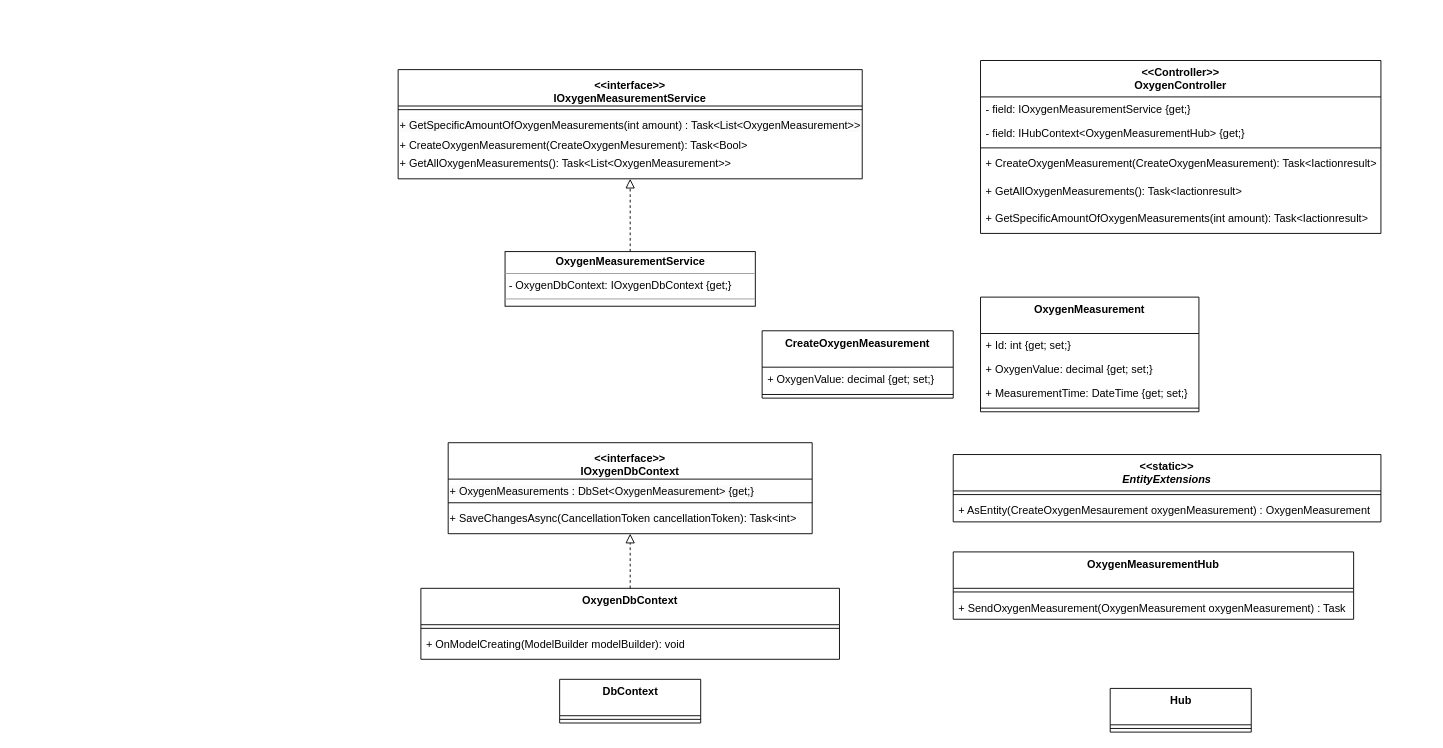
H6SvendreProeve/Documentation keeps this draw.io diagram as Diagrams/Class diagram/Class diagram.drawio. Above is the earlier version. Source tidied: cells renumbered, new cells numbered last; positions are measured from the earlier drawing's top-left corner, leaving out a move shared by most shapes. Both pictures are drawn from the tidied source at 91%, with x=0, y=0 at pixel (398, 60).
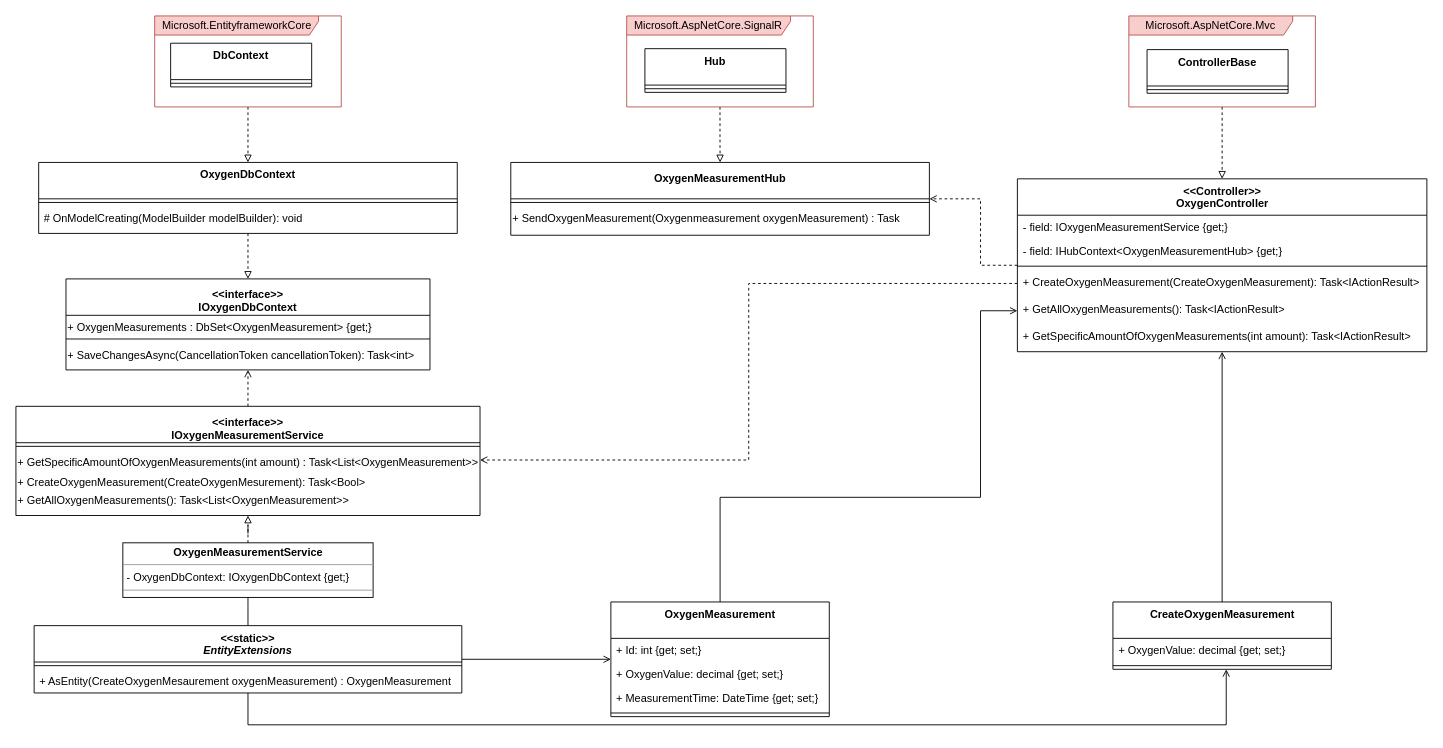
The same page after the edit.

Unchanged cells that the change refers to:
```xml
<mxCell id="13" value="&lt;span style=&quot;color: rgb(0, 0, 0); font-family: Helvetica; font-size: 12px; font-style: normal; font-variant-ligatures: normal; font-variant-caps: normal; font-weight: 400; letter-spacing: normal; orphans: 2; text-align: left; text-indent: 0px; text-transform: none; widows: 2; word-spacing: 0px; -webkit-text-stroke-width: 0px; background-color: rgb(251, 251, 251); text-decoration-thickness: initial; text-decoration-style: initial; text-decoration-color: initial; float: none; display: inline !important;&quot;&gt;+ GetSpecificAmountOfOxygenMeasurements(int amount) : Task&amp;lt;List&amp;lt;OxygenMeasurement&amp;gt;&amp;gt;&lt;br&gt;&lt;/span&gt;" style="text;whiteSpace=wrap;html=1;" parent="11" vertex="1">
  <mxGeometry y="48" width="510" height="22" as="geometry" />
</mxCell>
<mxCell id="15" value="+ GetAllOxygenMeasurements(): Task&amp;lt;List&amp;lt;OxygenMeasurement&amp;gt;&amp;gt;" style="text;whiteSpace=wrap;html=1;" parent="11" vertex="1">
  <mxGeometry y="90" width="510" height="30" as="geometry" />
</mxCell>
<mxCell id="19" value="+ SaveChangesAsync(CancellationToken cancellationToken): Task&amp;lt;int&amp;gt;" style="text;whiteSpace=wrap;html=1;" parent="16" vertex="1">
  <mxGeometry y="70" width="400" height="30" as="geometry" />
</mxCell>
```

What changed in the source:
```diff
@@
+    <mxCell id="42" style="edgeStyle=orthogonalEdgeStyle;rounded=0;jettySize=auto;html=1;endArrow=open;endFill=0;dashed=1;" parent="1" edge="1" source="2" target="37">
+      <mxGeometry relative="1" as="geometry">
+        <Array as="points">
+          <mxPoint x="640" y="225" />
+          <mxPoint x="640" y="152" />
+        </Array>
+      </mxGeometry>
+    </mxCell>
     <mxCell id="2" value="&amp;lt;&amp;lt;Controller&amp;gt;&amp;gt;&lt;br&gt;OxygenController" style="swimlane;fontStyle=1;align=center;verticalAlign=top;horizontal=1;startSize=40;whiteSpace=wrap;html=1;" parent="1" vertex="1">
-      <mxGeometry x="640" width="440" height="190" as="geometry" />
+      <mxGeometry x="680.5" y="130" width="450" height="190" as="geometry" />
     </mxCell>
     <mxCell id="3" value="- field:&amp;nbsp;IOxygenMeasurementService {get;}" style="text;strokeColor=none;fillColor=none;align=left;verticalAlign=top;spacingLeft=4;spacingRight=4;overflow=hidden;whiteSpace=wrap;html=1;" parent="2" vertex="1">
-      <mxGeometry y="40" width="440" height="26" as="geometry" />
+      <mxGeometry y="40" width="450" height="26" as="geometry" />
     </mxCell>
     <mxCell id="4" value="- field:&amp;nbsp;IHubContext&amp;lt;OxygenMeasurementHub&amp;gt; {get;}" style="text;strokeColor=none;fillColor=none;align=left;verticalAlign=top;spacingLeft=4;spacingRight=4;overflow=hidden;whiteSpace=wrap;html=1;" parent="2" vertex="1">
-      <mxGeometry y="66" width="440" height="26" as="geometry" />
+      <mxGeometry y="66" width="450" height="26" as="geometry" />
     </mxCell>
     <mxCell id="5" style="line;strokeWidth=1;fillColor=none;align=left;verticalAlign=middle;spacingTop=-1;spacingLeft=3;spacingRight=3;labelPosition=right;strokeColor=inherit;" parent="2" vertex="1">
-      <mxGeometry y="92" width="440" height="8" as="geometry" />
+      <mxGeometry y="92" width="450" height="8" as="geometry" />
     </mxCell>
-    <mxCell id="6" value="+&amp;nbsp;CreateOxygenMeasurement(CreateOxygenMeasurement)&lt;span style=&quot;background-color: initial;&quot;&gt;: Task&amp;lt;Iactionresult&amp;gt;&lt;/span&gt;" style="text;strokeColor=none;fillColor=none;align=left;verticalAlign=top;spacingLeft=4;spacingRight=4;overflow=hidden;points=[[0,0.5],[1,0.5]];portConstraint=eastwest;whiteSpace=wrap;html=1;" parent="2" vertex="1">
-      <mxGeometry y="100" width="440" height="30" as="geometry" />
+    <mxCell id="6" value="+&amp;nbsp;CreateOxygenMeasurement(CreateOxygenMeasurement)&lt;span style=&quot;background-color: initial;&quot;&gt;: Task&amp;lt;IActionResult&amp;gt;&lt;/span&gt;" style="text;strokeColor=none;fillColor=none;align=left;verticalAlign=top;spacingLeft=4;spacingRight=4;overflow=hidden;points=[[0,0.5],[1,0.5]];portConstraint=eastwest;whiteSpace=wrap;html=1;" parent="2" vertex="1">
+      <mxGeometry y="100" width="450" height="30" as="geometry" />
     </mxCell>
-    <mxCell id="7" value="+&amp;nbsp;GetAllOxygenMeasurements()&lt;span style=&quot;border-color: var(--border-color); background-color: initial;&quot;&gt;: Task&amp;lt;Iactionresult&amp;gt;&lt;/span&gt;" style="text;strokeColor=none;fillColor=none;align=left;verticalAlign=top;spacingLeft=4;spacingRight=4;overflow=hidden;points=[[0,0.5],[1,0.5]];portConstraint=eastwest;whiteSpace=wrap;html=1;" parent="2" vertex="1">
-      <mxGeometry y="130" width="440" height="30" as="geometry" />
+    <mxCell id="7" value="+&amp;nbsp;GetAllOxygenMeasurements()&lt;span style=&quot;border-color: var(--border-color); background-color: initial;&quot;&gt;: Task&amp;lt;IActionResult&amp;gt;&lt;/span&gt;" style="text;strokeColor=none;fillColor=none;align=left;verticalAlign=top;spacingLeft=4;spacingRight=4;overflow=hidden;points=[[0,0.5],[1,0.5]];portConstraint=eastwest;whiteSpace=wrap;html=1;" parent="2" vertex="1">
+      <mxGeometry y="130" width="450" height="30" as="geometry" />
     </mxCell>
-    <mxCell id="8" value="+&amp;nbsp;GetSpecificAmountOfOxygenMeasurements(int amount): Task&amp;lt;Iactionresult&amp;gt;" style="text;strokeColor=none;fillColor=none;align=left;verticalAlign=top;spacingLeft=4;spacingRight=4;overflow=hidden;whiteSpace=wrap;html=1;" parent="2" vertex="1">
-      <mxGeometry y="160" width="440" height="30" as="geometry" />
+    <mxCell id="8" value="+&amp;nbsp;GetSpecificAmountOfOxygenMeasurements(int amount): Task&amp;lt;IActionResult&amp;gt;" style="text;strokeColor=none;fillColor=none;align=left;verticalAlign=top;spacingLeft=4;spacingRight=4;overflow=hidden;whiteSpace=wrap;html=1;" parent="2" vertex="1">
+      <mxGeometry y="160" width="450" height="30" as="geometry" />
     </mxCell>
+    <mxCell id="43" style="edgeStyle=orthogonalEdgeStyle;rounded=0;jettySize=auto;html=1;dashed=1;endArrow=block;endFill=0;" parent="1" edge="1" source="9" target="11">
+      <mxGeometry relative="1" as="geometry" />
+    </mxCell>
     <mxCell id="9" value="&lt;p style=&quot;margin:0px;margin-top:4px;text-align:center;&quot;&gt;&lt;b&gt;OxygenMeasurementService&lt;/b&gt;&lt;/p&gt;&lt;hr size=&quot;1&quot;&gt;&lt;p style=&quot;margin:0px;margin-left:4px;&quot;&gt;- OxygenDbContext: IOxygenDbContext {get;}&lt;/p&gt;&lt;hr size=&quot;1&quot;&gt;&lt;p style=&quot;margin:0px;margin-left:4px;&quot;&gt;&lt;br&gt;&lt;/p&gt;" style="verticalAlign=top;align=left;overflow=fill;fontSize=12;fontFamily=Helvetica;html=1;whiteSpace=wrap;" parent="1" vertex="1">
-      <mxGeometry x="117.5" y="210" width="275" height="60" as="geometry" />
+      <mxGeometry x="-302.5" y="530" width="275" height="60" as="geometry" />
     </mxCell>
-    <mxCell id="10" style="endArrow=block;startArrow=none;endFill=0;startFill=0;endSize=8;html=1;verticalAlign=bottom;dashed=1;labelBackgroundColor=none;rounded=0;entryX=0.5;entryY=1;entryDx=0;entryDy=0;" parent="1" edge="1" source="9" target="15">
-      <mxGeometry relative="1" as="geometry" />
-    </mxCell>
+    <mxCell id="44" style="edgeStyle=orthogonalEdgeStyle;rounded=0;jettySize=auto;html=1;dashed=1;endArrow=open;endFill=0;" parent="1" edge="1" source="11" target="16">
+      <mxGeometry relative="1" as="geometry" />
+    </mxCell>
     <mxCell id="11" value="&lt;p style=&quot;border-color: var(--border-color); margin: 4px 0px 0px;&quot;&gt;&amp;lt;&amp;lt;interface&amp;gt;&amp;gt;&lt;br style=&quot;border-color: var(--border-color);&quot;&gt;&lt;/p&gt;&lt;b style=&quot;border-color: var(--border-color);&quot;&gt;IOxygenMeasurementService&lt;br&gt;&lt;/b&gt;" style="swimlane;fontStyle=1;align=center;verticalAlign=top;horizontal=1;startSize=40;whiteSpace=wrap;html=1;" parent="1" vertex="1">
-      <mxGeometry y="10" width="510" height="120" as="geometry" />
+      <mxGeometry x="-420" y="380" width="510" height="120" as="geometry" />
     </mxCell>
@@
     <mxCell id="16" value="&lt;p style=&quot;border-color: var(--border-color); margin: 4px 0px 0px;&quot;&gt;&amp;lt;&amp;lt;interface&amp;gt;&amp;gt;&lt;br style=&quot;border-color: var(--border-color);&quot;&gt;&lt;/p&gt;&lt;b style=&quot;border-color: var(--border-color);&quot;&gt;IOxygenDbContext&lt;br&gt;&lt;/b&gt;" style="swimlane;fontStyle=1;align=center;verticalAlign=top;horizontal=1;startSize=40;whiteSpace=wrap;html=1;" parent="1" vertex="1">
-      <mxGeometry x="55" y="420" width="400" height="100" as="geometry" />
+      <mxGeometry x="-365" y="240" width="400" height="100" as="geometry" />
     </mxCell>
@@
+    <mxCell id="45" style="edgeStyle=orthogonalEdgeStyle;rounded=0;jettySize=auto;html=1;endArrow=block;endFill=0;dashed=1;" parent="1" edge="1" source="20" target="16">
+      <mxGeometry relative="1" as="geometry" />
+    </mxCell>
     <mxCell id="20" value="OxygenDbContext" style="swimlane;fontStyle=1;align=center;verticalAlign=top;horizontal=1;startSize=40;whiteSpace=wrap;html=1;" parent="1" vertex="1">
-      <mxGeometry x="25" y="580" width="460" height="78" as="geometry" />
+      <mxGeometry x="-395" y="112" width="460" height="78" as="geometry" />
     </mxCell>
@@
-    <mxCell id="22" value="+&amp;nbsp;OnModelCreating(ModelBuilder modelBuilder)&lt;span style=&quot;background-color: initial;&quot;&gt;: void&lt;/span&gt;" style="text;strokeColor=none;fillColor=none;align=left;verticalAlign=top;spacingLeft=4;spacingRight=4;overflow=hidden;whiteSpace=wrap;html=1;" parent="20" vertex="1">
+    <mxCell id="22" value="# OnModelCreating(ModelBuilder modelBuilder)&lt;span style=&quot;background-color: initial;&quot;&gt;: void&lt;/span&gt;" style="text;strokeColor=none;fillColor=none;align=left;verticalAlign=top;spacingLeft=4;spacingRight=4;overflow=hidden;whiteSpace=wrap;html=1;" parent="20" vertex="1">
       <mxGeometry y="48" width="460" height="30" as="geometry" />
     </mxCell>
-    <mxCell id="23" style="endArrow=block;startArrow=none;endFill=0;startFill=0;endSize=8;html=1;verticalAlign=bottom;dashed=1;labelBackgroundColor=none;rounded=0;entryX=0.5;entryY=1;entryDx=0;entryDy=0;exitX=0.5;exitY=0;exitDx=0;exitDy=0;" parent="1" edge="1" source="20" target="19">
-      <mxGeometry relative="1" as="geometry" />
-    </mxCell>
     <mxCell id="24" value="DbContext" style="swimlane;fontStyle=1;align=center;verticalAlign=top;horizontal=1;startSize=40;whiteSpace=wrap;html=1;" parent="1" vertex="1">
-      <mxGeometry x="177.5" y="680" width="155" height="48" as="geometry" />
+      <mxGeometry x="-250" y="-19" width="155" height="48" as="geometry" />
     </mxCell>
@@
+    <mxCell id="46" style="edgeStyle=orthogonalEdgeStyle;rounded=0;jettySize=auto;html=1;endArrow=none;endFill=0;" parent="1" edge="1" source="34">
+      <mxGeometry relative="1" as="geometry">
+        <mxPoint x="-165" y="590" as="targetPoint" />
+      </mxGeometry>
+    </mxCell>
+    <mxCell id="47" style="edgeStyle=orthogonalEdgeStyle;rounded=0;jettySize=auto;html=1;endArrow=open;endFill=0;" parent="1" edge="1" source="34" target="26">
+      <mxGeometry relative="1" as="geometry" />
+    </mxCell>
+    <mxCell id="34" value="&amp;lt;&amp;lt;static&amp;gt;&amp;gt;&lt;br&gt;&lt;i&gt;EntityExtensions&lt;/i&gt;" style="swimlane;fontStyle=1;align=center;verticalAlign=top;horizontal=1;startSize=40;whiteSpace=wrap;html=1;" parent="1" vertex="1">
+      <mxGeometry x="-400" y="621" width="470" height="74" as="geometry" />
+    </mxCell>
+    <mxCell id="35" style="line;strokeWidth=1;fillColor=none;align=left;verticalAlign=middle;spacingTop=-1;spacingLeft=3;spacingRight=3;labelPosition=right;strokeColor=inherit;" parent="34" vertex="1">
+      <mxGeometry y="40" width="470" height="8" as="geometry" />
+    </mxCell>
+    <mxCell id="36" value="+ AsEntity(CreateOxygenMesaurement oxygenMeasurement) : OxygenMeasurement" style="text;strokeColor=none;fillColor=none;align=left;verticalAlign=top;spacingLeft=4;spacingRight=4;overflow=hidden;whiteSpace=wrap;html=1;" parent="34" vertex="1">
+      <mxGeometry y="48" width="470" height="26" as="geometry" />
+    </mxCell>
+    <mxCell id="40" value="Hub" style="swimlane;fontStyle=1;align=center;verticalAlign=top;horizontal=1;startSize=40;whiteSpace=wrap;html=1;" parent="1" vertex="1">
+      <mxGeometry x="271.2" y="-13" width="155" height="48" as="geometry" />
+    </mxCell>
+    <mxCell id="41" style="line;strokeWidth=1;fillColor=none;align=left;verticalAlign=middle;spacingTop=-1;spacingLeft=3;spacingRight=3;labelPosition=right;strokeColor=inherit;" parent="40" vertex="1">
+      <mxGeometry y="40" width="155" height="8" as="geometry" />
+    </mxCell>
+    <mxCell id="48" style="edgeStyle=orthogonalEdgeStyle;rounded=0;jettySize=auto;html=1;dashed=1;endArrow=block;endFill=0;" parent="1" edge="1" source="49" target="20">
+      <mxGeometry relative="1" as="geometry" />
+    </mxCell>
+    <mxCell id="49" value="Microsoft.EntityframeworkCore" style="shape=umlFrame;whiteSpace=wrap;html=1;width=180;height=21;fillColor=#f8cecc;strokeColor=#b85450;" parent="1" vertex="1">
+      <mxGeometry x="-267.5" y="-49" width="205" height="100" as="geometry" />
+    </mxCell>
+    <mxCell id="50" style="edgeStyle=orthogonalEdgeStyle;rounded=0;jettySize=auto;html=1;entryX=0.5;entryY=0;entryDx=0;entryDy=0;endArrow=block;endFill=0;dashed=1;" parent="1" edge="1" source="51" target="37">
+      <mxGeometry relative="1" as="geometry" />
+    </mxCell>
+    <mxCell id="51" value="Microsoft.AspNetCore.SignalR" style="shape=umlFrame;whiteSpace=wrap;html=1;width=180;height=21;fillColor=#f8cecc;strokeColor=#b85450;" parent="1" vertex="1">
+      <mxGeometry x="251.2" y="-49" width="205" height="100" as="geometry" />
+    </mxCell>
+    <mxCell id="37" value="&lt;p style=&quot;border-color: var(--border-color); margin: 4px 0px 0px;&quot;&gt;&lt;/p&gt;&lt;b style=&quot;border-color: var(--border-color);&quot;&gt;OxygenMeasurementHub&lt;br&gt;&lt;/b&gt;" style="swimlane;fontStyle=1;align=center;verticalAlign=top;horizontal=1;startSize=40;whiteSpace=wrap;html=1;" parent="1" vertex="1">
+      <mxGeometry x="123.8" y="112" width="460" height="80" as="geometry" />
+    </mxCell>
+    <mxCell id="52" style="line;strokeWidth=1;fillColor=none;align=left;verticalAlign=middle;spacingTop=-1;spacingLeft=3;spacingRight=3;labelPosition=right;strokeColor=inherit;" parent="37" vertex="1">
+      <mxGeometry y="40" width="460" height="8" as="geometry" />
+    </mxCell>
+    <mxCell id="53" value="+ SendOxygenMeasurement(Oxygenmeasurement oxygenMeasurement) : Task" style="text;whiteSpace=wrap;html=1;" parent="37" vertex="1">
+      <mxGeometry y="48" width="460" height="32" as="geometry" />
+    </mxCell>
+    <mxCell id="54" value="ControllerBase" style="swimlane;fontStyle=1;align=center;verticalAlign=top;horizontal=1;startSize=40;whiteSpace=wrap;html=1;" parent="1" vertex="1">
+      <mxGeometry x="823" y="-12" width="155" height="48" as="geometry" />
+    </mxCell>
+    <mxCell id="55" style="line;strokeWidth=1;fillColor=none;align=left;verticalAlign=middle;spacingTop=-1;spacingLeft=3;spacingRight=3;labelPosition=right;strokeColor=inherit;" parent="54" vertex="1">
+      <mxGeometry y="40" width="155" height="8" as="geometry" />
+    </mxCell>
+    <mxCell id="56" style="edgeStyle=orthogonalEdgeStyle;rounded=0;jettySize=auto;html=1;dashed=1;endArrow=block;endFill=0;" parent="1" edge="1" source="57" target="2">
+      <mxGeometry relative="1" as="geometry" />
+    </mxCell>
+    <mxCell id="57" value="Microsoft.AspNetCore.Mvc" style="shape=umlFrame;whiteSpace=wrap;html=1;width=180;height=21;fillColor=#f8cecc;strokeColor=#b85450;" parent="1" vertex="1">
+      <mxGeometry x="803" y="-49" width="205" height="100" as="geometry" />
+    </mxCell>
+    <mxCell id="58" style="edgeStyle=orthogonalEdgeStyle;rounded=0;jettySize=auto;html=1;entryX=0;entryY=0.5;entryDx=0;entryDy=0;endArrow=open;endFill=0;" parent="1" edge="1" source="26" target="7">
+      <mxGeometry relative="1" as="geometry">
+        <Array as="points">
+          <mxPoint x="354" y="480" />
+          <mxPoint x="640" y="480" />
+          <mxPoint x="640" y="275" />
+        </Array>
+      </mxGeometry>
+    </mxCell>
     <mxCell id="26" value="OxygenMeasurement" style="swimlane;fontStyle=1;align=center;verticalAlign=top;horizontal=1;startSize=40;whiteSpace=wrap;html=1;" parent="1" vertex="1">
-      <mxGeometry x="640" y="260" width="240" height="126" as="geometry" />
+      <mxGeometry x="233.8" y="595" width="240" height="126" as="geometry" />
     </mxCell>
@@
+    <mxCell id="59" style="edgeStyle=orthogonalEdgeStyle;rounded=0;jettySize=auto;html=1;endArrow=none;endFill=0;startArrow=open;startFill=0;" parent="1" edge="1" source="31" target="34">
+      <mxGeometry relative="1" as="geometry">
+        <Array as="points">
+          <mxPoint x="910" y="730" />
+          <mxPoint x="-165" y="730" />
+        </Array>
+      </mxGeometry>
+    </mxCell>
     <mxCell id="31" value="CreateOxygenMeasurement" style="swimlane;fontStyle=1;align=center;verticalAlign=top;horizontal=1;startSize=40;whiteSpace=wrap;html=1;" parent="1" vertex="1">
-      <mxGeometry x="400" y="297" width="210" height="74" as="geometry" />
+      <mxGeometry x="785.5" y="595" width="240" height="74" as="geometry" />
     </mxCell>
     <mxCell id="32" value="+ OxygenValue:&amp;nbsp;decimal {get; set;}" style="text;strokeColor=none;fillColor=none;align=left;verticalAlign=top;spacingLeft=4;spacingRight=4;overflow=hidden;whiteSpace=wrap;html=1;" parent="31" vertex="1">
-      <mxGeometry y="40" width="210" height="26" as="geometry" />
+      <mxGeometry y="40" width="240" height="26" as="geometry" />
     </mxCell>
-    <mxCell id="33" style="line;strokeWidth=1;fillColor=none;align=left;verticalAlign=middle;spacingTop=-1;spacingLeft=3;spacingRight=3;labelPosition=right;strokeColor=inherit;" parent="31" vertex="1">
-      <mxGeometry y="66" width="210" height="8" as="geometry" />
-    </mxCell>
-    <mxCell id="34" value="&amp;lt;&amp;lt;static&amp;gt;&amp;gt;&lt;br&gt;&lt;i&gt;EntityExtensions&lt;/i&gt;" style="swimlane;fontStyle=1;align=center;verticalAlign=top;horizontal=1;startSize=40;whiteSpace=wrap;html=1;" parent="1" vertex="1">
-      <mxGeometry x="610" y="433" width="470" height="74" as="geometry" />
-    </mxCell>
-    <mxCell id="35" style="line;strokeWidth=1;fillColor=none;align=left;verticalAlign=middle;spacingTop=-1;spacingLeft=3;spacingRight=3;labelPosition=right;strokeColor=inherit;" parent="34" vertex="1">
-      <mxGeometry y="40" width="470" height="8" as="geometry" />
-    </mxCell>
-    <mxCell id="36" value="+ AsEntity(CreateOxygenMesaurement oxygenMeasurement) : OxygenMeasurement" style="text;strokeColor=none;fillColor=none;align=left;verticalAlign=top;spacingLeft=4;spacingRight=4;overflow=hidden;whiteSpace=wrap;html=1;" parent="34" vertex="1">
-      <mxGeometry y="48" width="470" height="26" as="geometry" />
-    </mxCell>
-    <mxCell id="37" value="OxygenMeasurementHub" style="swimlane;fontStyle=1;align=center;verticalAlign=top;horizontal=1;startSize=40;whiteSpace=wrap;html=1;" parent="1" vertex="1">
-      <mxGeometry x="610" y="540" width="440" height="74" as="geometry" />
-    </mxCell>
-    <mxCell id="38" style="line;strokeWidth=1;fillColor=none;align=left;verticalAlign=middle;spacingTop=-1;spacingLeft=3;spacingRight=3;labelPosition=right;strokeColor=inherit;" parent="37" vertex="1">
-      <mxGeometry y="40" width="440" height="8" as="geometry" />
-    </mxCell>
-    <mxCell id="39" value="+ SendOxygenMeasurement(OxygenMeasurement oxygenMeasurement) : Task" style="text;strokeColor=none;fillColor=none;align=left;verticalAlign=top;spacingLeft=4;spacingRight=4;overflow=hidden;whiteSpace=wrap;html=1;" parent="37" vertex="1">
-      <mxGeometry y="48" width="440" height="26" as="geometry" />
-    </mxCell>
-    <mxCell id="40" value="Hub" style="swimlane;fontStyle=1;align=center;verticalAlign=top;horizontal=1;startSize=40;whiteSpace=wrap;html=1;" parent="1" vertex="1">
-      <mxGeometry x="782.5" y="690" width="155" height="48" as="geometry" />
-    </mxCell>
-    <mxCell id="41" style="line;strokeWidth=1;fillColor=none;align=left;verticalAlign=middle;spacingTop=-1;spacingLeft=3;spacingRight=3;labelPosition=right;strokeColor=inherit;" parent="40" vertex="1">
-      <mxGeometry y="40" width="155" height="8" as="geometry" />
-    </mxCell>
+    <mxCell id="60" style="line;strokeWidth=1;fillColor=none;align=left;verticalAlign=middle;spacingTop=-1;spacingLeft=3;spacingRight=3;labelPosition=right;strokeColor=inherit;" parent="31" vertex="1">
+      <mxGeometry y="66" width="240" height="8" as="geometry" />
+    </mxCell>
+    <mxCell id="61" style="edgeStyle=orthogonalEdgeStyle;rounded=0;jettySize=auto;html=1;endArrow=open;endFill=0;" parent="1" edge="1" source="31" target="2">
+      <mxGeometry relative="1" as="geometry" />
+    </mxCell>
+    <mxCell id="62" style="edgeStyle=orthogonalEdgeStyle;rounded=0;jettySize=auto;html=1;endArrow=open;endFill=0;dashed=1;entryX=1;entryY=0.5;entryDx=0;entryDy=0;" parent="1" edge="1" source="6" target="13">
+      <mxGeometry relative="1" as="geometry" />
+    </mxCell>
```
